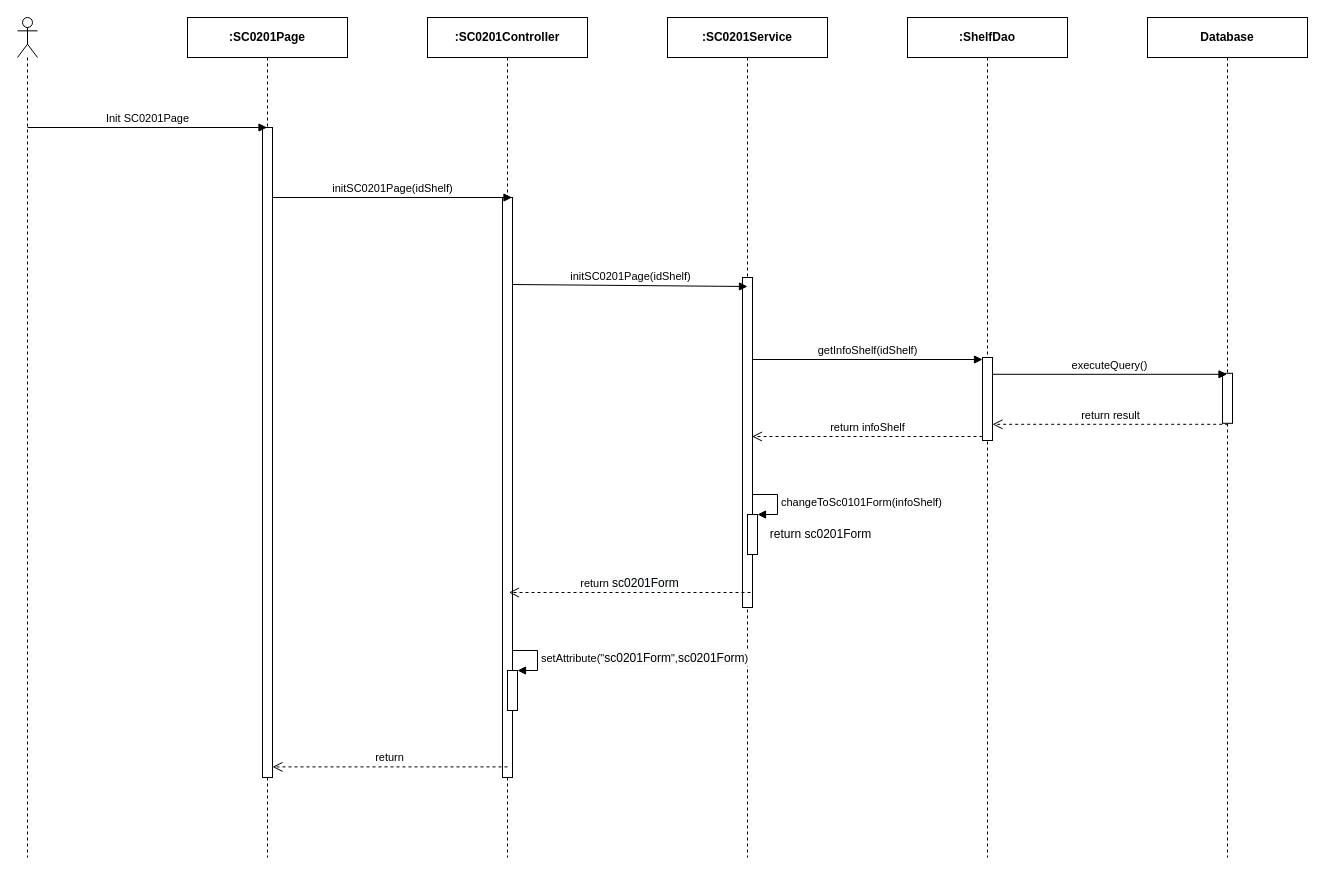
luannmdev/CapstoneDocument keeps this draw.io diagram as page "Ev01" (1 of 7) of 2. Approved/SEQ Diagram/sc02/SC0201_ShelfDetail.drawio. Above is the earlier version. Source tidied: cells renumbered, new cells numbered last; positions are measured from the earlier drawing's top-left corner, leaving out a move shared by most shapes. Both pictures are drawn from the tidied source at 100%, with x=0, y=0 at pixel (17, 17).
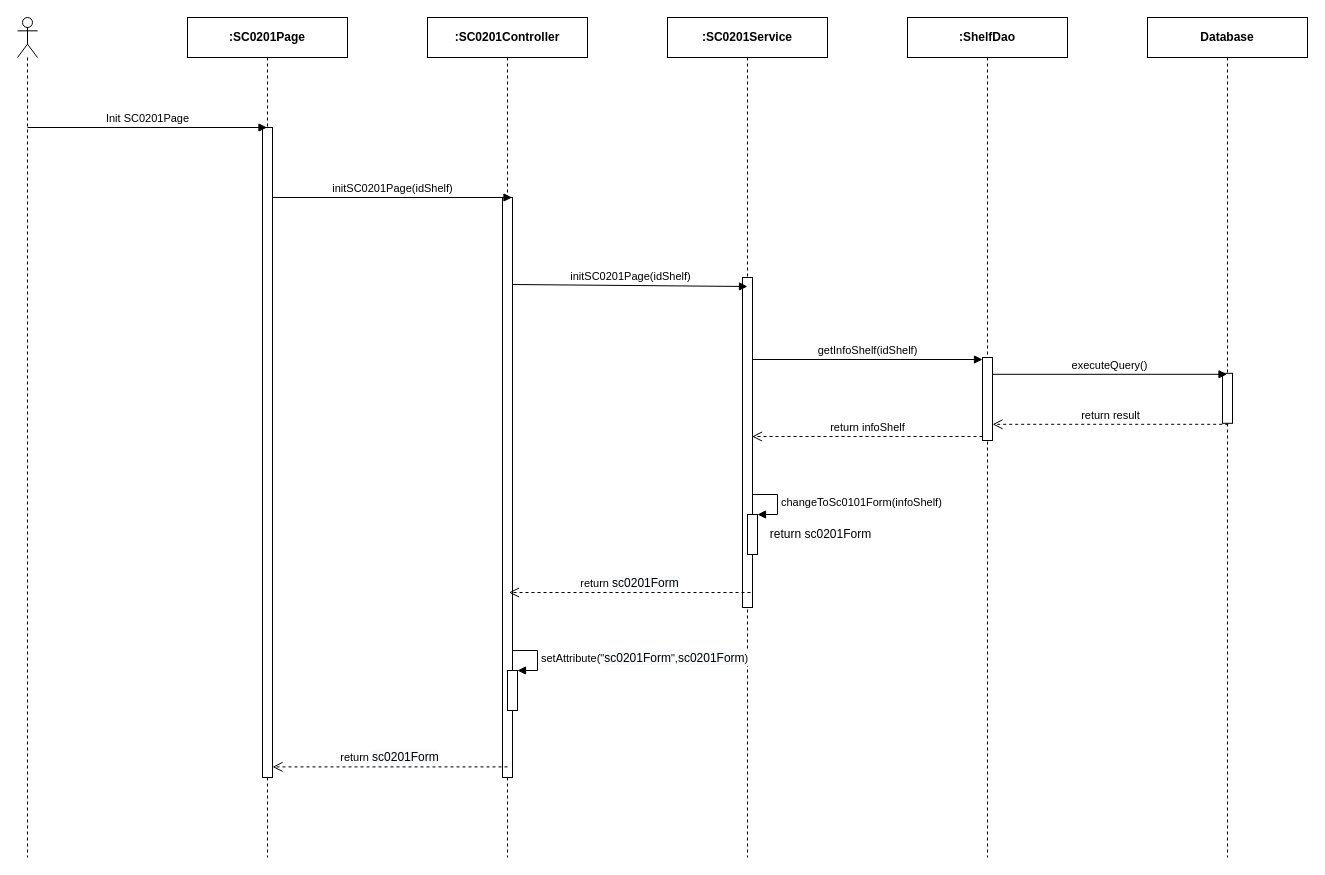
After the change.

The edit, as a diff of the source:
```diff
@@
-    <mxCell id="19" value="return" style="html=1;verticalAlign=bottom;endArrow=open;dashed=1;endSize=8;" parent="1" edge="1">
+    <mxCell id="19" value="return&amp;nbsp;&lt;span style=&quot;font-size: 12px ; background-color: rgb(248 , 249 , 250)&quot;&gt;sc0201Form&lt;/span&gt;" style="html=1;verticalAlign=bottom;endArrow=open;dashed=1;endSize=8;" parent="1" edge="1">
       <mxGeometry relative="1" as="geometry">
         <mxPoint x="490" y="749.4" as="sourcePoint" />
         <mxPoint x="255" y="749.4" as="targetPoint" />
       </mxGeometry>
     </mxCell>
```
